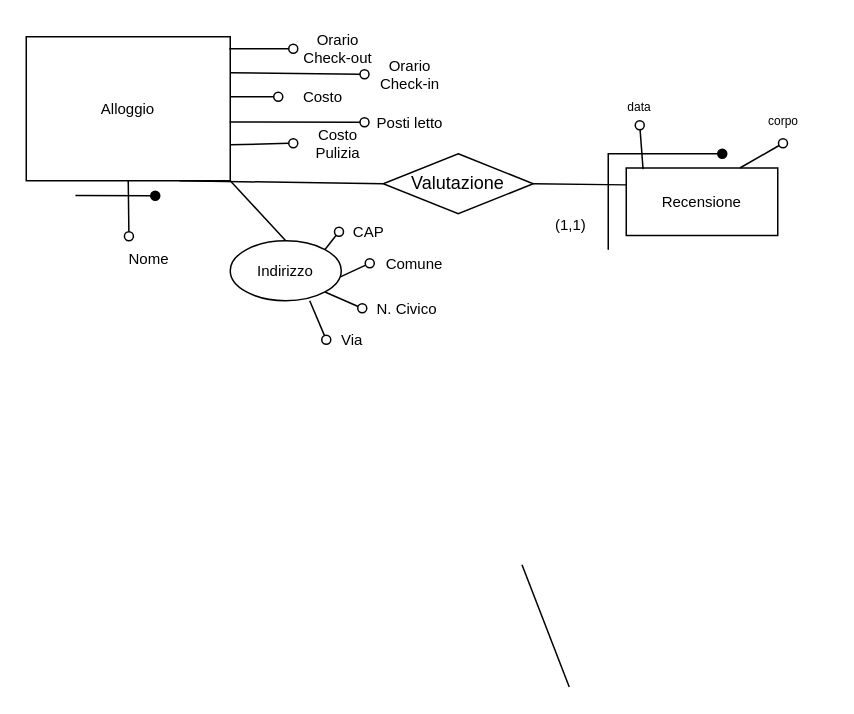
Before: page "Page-5" (5 of 14) of ER.drawio in eduardz1/Home-Booking, a draw.io diagram. Source tidied: cells renumbered, new cells numbered last; positions are measured from the earlier drawing's top-left corner, leaving out a move shared by most shapes. Both pictures are drawn from the tidied source at 150%, with x=0, y=0 at pixel (26, 26).
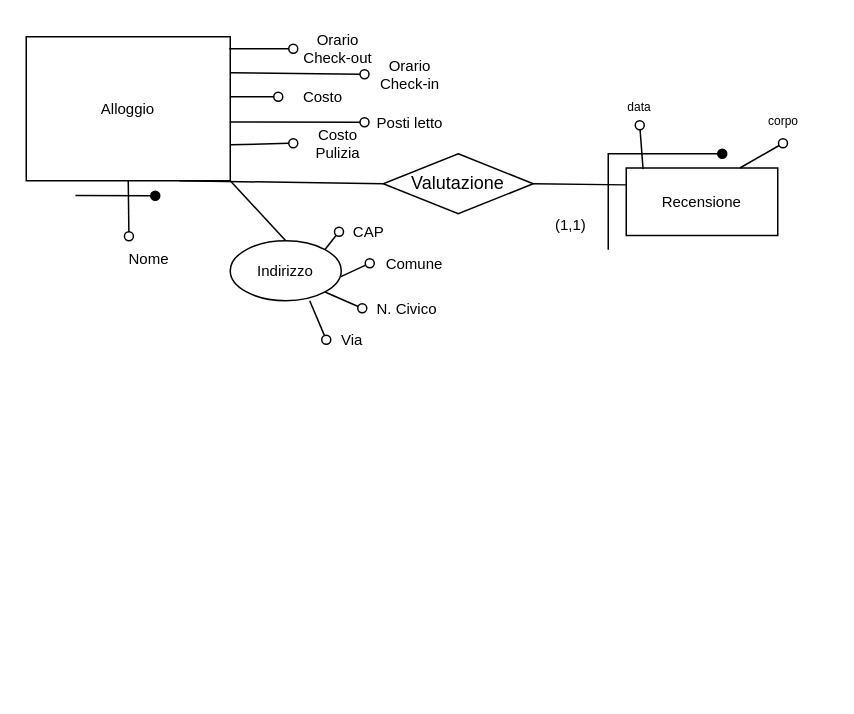
After the change.

Change to the diagram source:
```diff
@@
-    <mxCell id="32" style="endArrow=none;html=1;exitX=0.5;exitY=0;exitDx=0;exitDy=0;entryX=0.5;entryY=1;entryDx=0;entryDy=0;" parent="1" edge="1">
-      <mxGeometry relative="1" as="geometry">
-        <mxPoint x="362" y="440.5" as="sourcePoint" />
-        <mxPoint x="330.5" y="359" as="targetPoint" />
-      </mxGeometry>
-    </mxCell>
```
